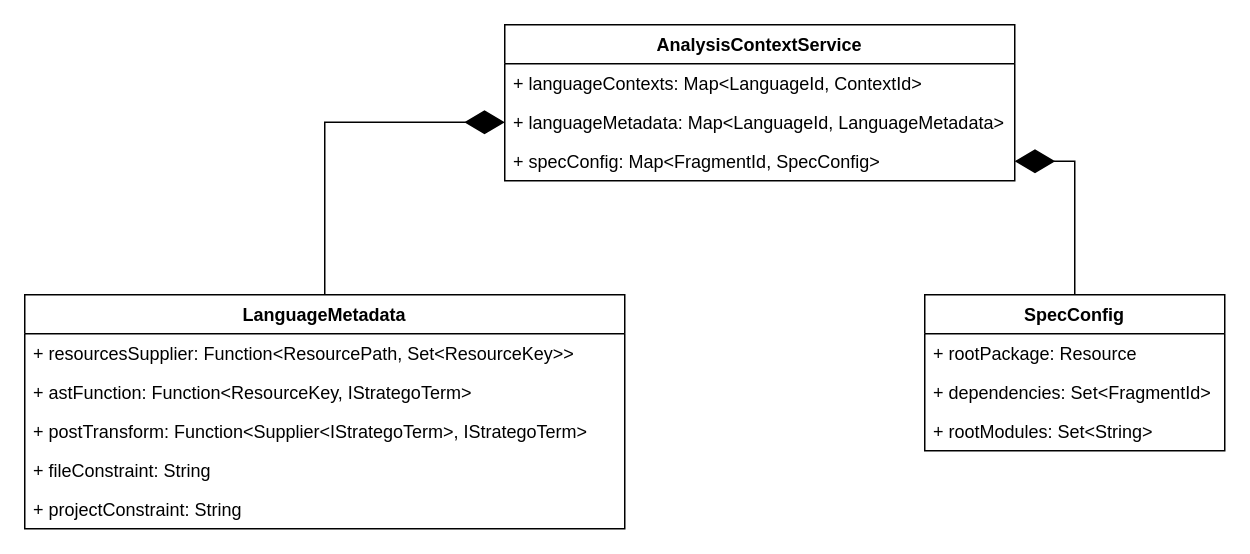
AZWN/Spoofax-pie-diagrams keeps this draw.io diagram as page "AnalysisConfiguration" (17 of 17) of Spoofax3 Diagrams.drawio. Above is the earlier version. Source tidied: cells renumbered, new cells numbered last; positions are measured from the earlier drawing's top-left corner, leaving out a move shared by most shapes. Both pictures are drawn from the tidied source at 150%, with x=0, y=0 at pixel (24, 24).
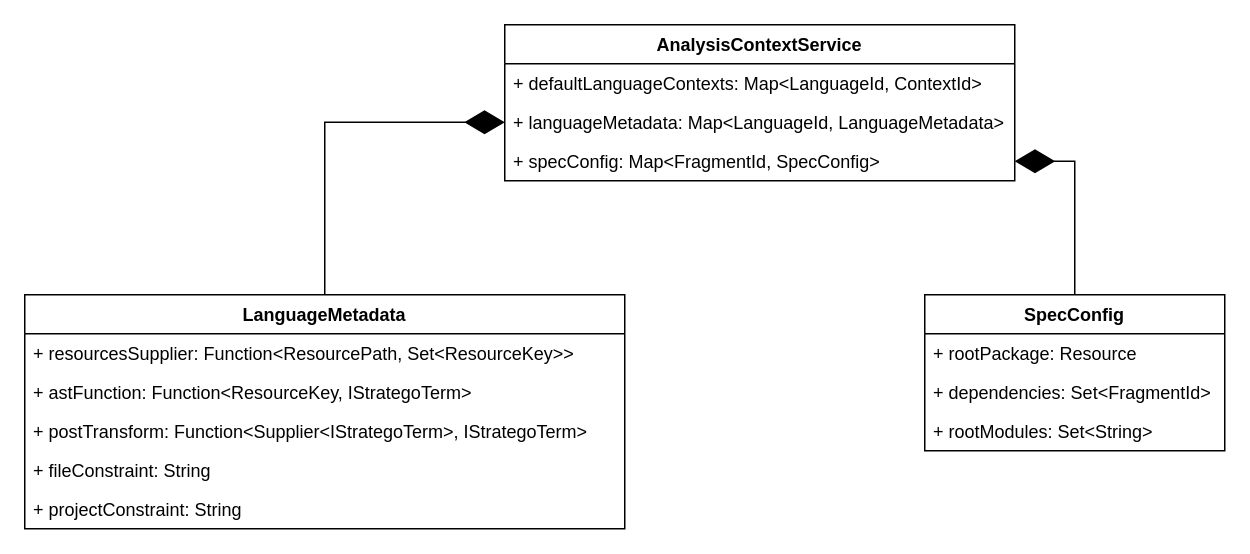
Above is the later version.

The edit, as a diff of the source:
```diff
@@
 <mxGraphModel>
   <root>
     <mxCell id="0" />
     <mxCell id="1" parent="0" />
     <mxCell id="2" value="AnalysisContextService" style="swimlane;fontStyle=1;horizontal=1;startSize=26;fillColor=none;" parent="1" vertex="1">
       <mxGeometry x="320" width="340" height="104" as="geometry" />
     </mxCell>
-    <mxCell id="3" value="+ languageContexts: Map&lt;LanguageId, ContextId&gt;" style="text;strokeColor=none;fillColor=none;align=left;verticalAlign=top;spacingLeft=4;spacingRight=4;overflow=hidden;" parent="2" vertex="1">
+    <mxCell id="3" value="+ defaultLanguageContexts: Map&lt;LanguageId, ContextId&gt;" style="text;strokeColor=none;fillColor=none;align=left;verticalAlign=top;spacingLeft=4;spacingRight=4;overflow=hidden;" parent="2" vertex="1">
       <mxGeometry y="26" width="340" height="26" as="geometry" />
     </mxCell>
     <mxCell id="4" value="+ languageMetadata: Map&lt;LanguageId, LanguageMetadata&gt;" style="text;strokeColor=none;fillColor=none;align=left;verticalAlign=top;spacingLeft=4;spacingRight=4;overflow=hidden;points=[[0,0.5],[1,0.5]];portConstraint=eastwest;" parent="2" vertex="1">
       <mxGeometry y="52" width="340" height="26" as="geometry" />
     </mxCell>
     <mxCell id="5" value="+ specConfig: Map&lt;FragmentId, SpecConfig&gt;" style="text;strokeColor=none;fillColor=none;align=left;verticalAlign=top;spacingLeft=4;spacingRight=4;overflow=hidden;points=[[0,0.5],[1,0.5]];portConstraint=eastwest;" parent="2" vertex="1">
       <mxGeometry y="78" width="340" height="26" as="geometry" />
     </mxCell>
     <mxCell id="6" value="LanguageMetadata" style="swimlane;fontStyle=1;horizontal=1;startSize=26;fillColor=none;" parent="1" vertex="1">
       <mxGeometry y="180" width="400" height="156" as="geometry" />
     </mxCell>
     <mxCell id="7" value="+ resourcesSupplier: Function&lt;ResourcePath, Set&lt;ResourceKey&gt;&gt;" style="text;strokeColor=none;fillColor=none;align=left;verticalAlign=top;spacingLeft=4;spacingRight=4;overflow=hidden;" parent="6" vertex="1">
       <mxGeometry y="26" width="400" height="26" as="geometry" />
     </mxCell>
     <mxCell id="8" value="+ astFunction: Function&lt;ResourceKey, IStrategoTerm&gt;" style="text;strokeColor=none;fillColor=none;align=left;verticalAlign=top;spacingLeft=4;spacingRight=4;overflow=hidden;" parent="6" vertex="1">
       <mxGeometry y="52" width="400" height="26" as="geometry" />
     </mxCell>
     <mxCell id="9" value="+ postTransform: Function&lt;Supplier&lt;IStrategoTerm&gt;, IStrategoTerm&gt;" style="text;strokeColor=none;fillColor=none;align=left;verticalAlign=top;spacingLeft=4;spacingRight=4;overflow=hidden;" parent="6" vertex="1">
       <mxGeometry y="78" width="400" height="26" as="geometry" />
     </mxCell>
     <mxCell id="10" value="+ fileConstraint: String" style="text;strokeColor=none;fillColor=none;align=left;verticalAlign=top;spacingLeft=4;spacingRight=4;overflow=hidden;" parent="6" vertex="1">
       <mxGeometry y="104" width="400" height="26" as="geometry" />
     </mxCell>
     <mxCell id="11" value="+ projectConstraint: String" style="text;strokeColor=none;fillColor=none;align=left;verticalAlign=top;spacingLeft=4;spacingRight=4;overflow=hidden;" parent="6" vertex="1">
       <mxGeometry y="130" width="400" height="26" as="geometry" />
     </mxCell>
     <mxCell id="12" style="endArrow=diamondThin;endFill=1;endSize=24;html=1;exitX=0.5;exitY=0;exitDx=0;exitDy=0;entryX=0;entryY=0.5;entryDx=0;entryDy=0;rounded=0;edgeStyle=orthogonalEdgeStyle;" parent="1" edge="1" source="6" target="4">
       <mxGeometry relative="1" as="geometry" />
     </mxCell>
     <mxCell id="13" value="SpecConfig" style="swimlane;fontStyle=1;horizontal=1;startSize=26;fillColor=none;" parent="1" vertex="1">
       <mxGeometry x="600" y="180" width="200" height="104" as="geometry" />
     </mxCell>
     <mxCell id="14" value="+ rootPackage: Resource" style="text;strokeColor=none;fillColor=none;align=left;verticalAlign=top;spacingLeft=4;spacingRight=4;overflow=hidden;" parent="13" vertex="1">
       <mxGeometry y="26" width="200" height="26" as="geometry" />
     </mxCell>
     <mxCell id="15" value="+ dependencies: Set&lt;FragmentId&gt;" style="text;strokeColor=none;fillColor=none;align=left;verticalAlign=top;spacingLeft=4;spacingRight=4;overflow=hidden;" parent="13" vertex="1">
       <mxGeometry y="52" width="200" height="26" as="geometry" />
     </mxCell>
     <mxCell id="16" value="+ rootModules: Set&lt;String&gt;" style="text;strokeColor=none;fillColor=none;align=left;verticalAlign=top;spacingLeft=4;spacingRight=4;overflow=hidden;" parent="13" vertex="1">
       <mxGeometry y="78" width="200" height="26" as="geometry" />
     </mxCell>
     <mxCell id="17" style="endArrow=diamondThin;endFill=1;endSize=24;html=1;entryX=1;entryY=0.5;entryDx=0;entryDy=0;exitX=0.5;exitY=0;exitDx=0;exitDy=0;rounded=0;edgeStyle=orthogonalEdgeStyle;" parent="1" edge="1" source="13" target="5">
       <mxGeometry relative="1" as="geometry" />
     </mxCell>
   </root>
 </mxGraphModel>
```
